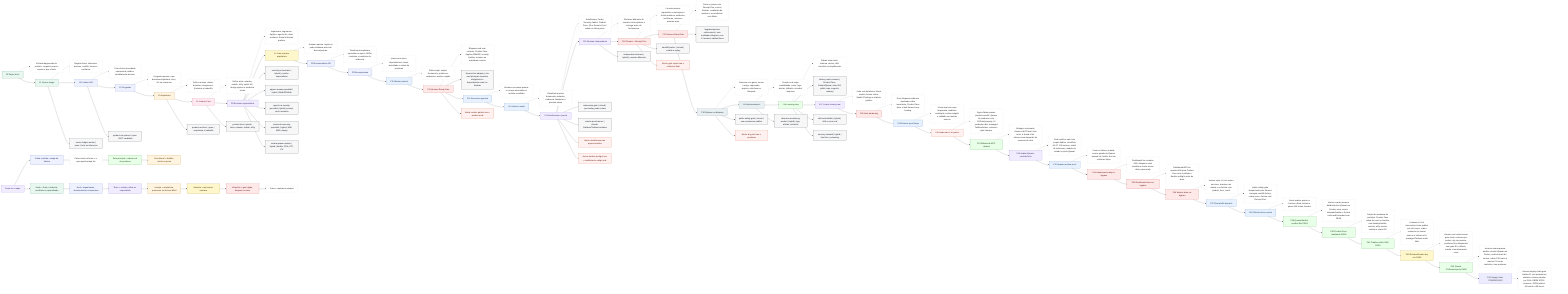
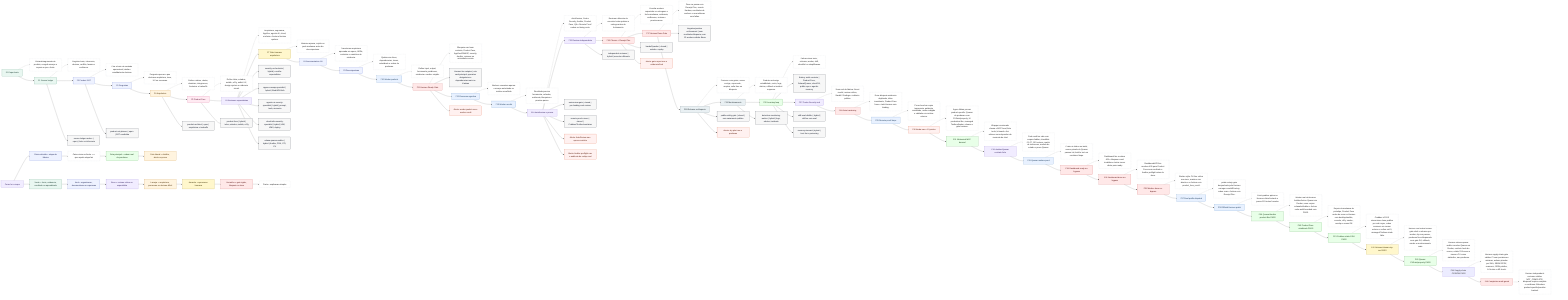
flowchart LR
  F0["F0 Paper bruto"]:::source
  F0D["Entrada baguncada do produto; congela escopo e separa o que e fonte."]:::desc
  F0 -.-> F0D
  F0 --> F1

  F1["F1 Source ledger"]:::source
  F1D["Registra fonte, inferencia, decisao, conflito, lacuna e confianca."]:::desc
  F1 -.-> F1D
  F1 --> F2

  F2["F2 Product SOT"]:::planning
  F2D["Cria a fonte da verdade operacional; ainda e candidata ate decisao."]:::desc
  F2 -.-> F2D
  F2 --> F3

  F3["F3 Perguntas"]:::planning
  F3D["Pergunta apenas o que destrava arquitetura, risco, UX ou execucao."]:::desc
  F3 -.-> F3D
  F3 --> F4

  F4["F4 Arquitetura"]:::architecture
  F4D["Define runtime, dados, dominios, integracoes, fronteiras e tradeoffs."]:::desc
  F4 -.-> F4D
  F4 --> F5

  F5["F5 Product Face"]:::face
  F5D["Define telas, estados, mobile, a11y, wallet UX, design system e evidencia visual."]:::desc
  F5 -.-> F5D
  F5 --> F6

  F6["F6 Revisoes especialistas"]:::review
  F6D["Arquitetura, seguranca, AppSec, agentic AI, cloud, onchain e frontend tentam quebrar."]:::desc
  F6 -.-> F6D
  F6 --> F7

  F7["F7 Gate humano arquitetura"]:::human
  F7D["Humano aprova, rejeita ou pede mudanca antes da decomposicao."]:::desc
  F7 -.-> F7D
  F7 --> F8

  F8["F8 Documentation OS"]:::planning
  F8D["Transforma arquitetura aprovada em specs, ADRs, contratos e caminhos de evidencia."]:::desc
  F8 -.-> F8D
  F8 --> F9

  F9["F9 Decomposicao"]:::planning
  F9D["Quebra em slices, dependencias, riscos, autoridade e ordem de producao."]:::desc
  F9 -.-> F9D
  F9 --> F10

  F10["F10 Worker packets"]:::execution
  F10D["Define input, output, ferramenta, proibicoes, evidencia e worker exigido."]:::desc
  F10 -.-> F10D
  F10 --> F11

  F11["F11 Hermes Ready Gate"]:::gate
  F11D["Bloqueia card sem contrato, Product Face, AppSec/OWASP, security, Auditor, reviewer ou autoridade correta."]:::desc
  F11 -.-> F11D
  F11 --> H1["Hermes live adapter | cria card principal, operarios obrigatorios e dependencias reais no Kanban"]:::worker
  F11 --> F12

  F12["F12 Execucao agentica"]:::execution
  F12D["Workers executam apenas o escopo autorizado no runtime escolhido."]:::desc
  F12 -.-> F12D
  F12 --> F13

  F13["F13 Worker results"]:::execution
  F13D["Resultado precisa ferramenta, achados, evidencia, bloqueios e proximo passo."]:::desc
  F13 -.-> F13D
  F13 --> F14

  F14["F14 AutoReview e provas"]:::review
  F14D["AutoReview, Codex Security, Auditor, Product Face, QA e Remote Proof rodam no timing certo."]:::desc
  F14 -.-> F14D
  F14 --> F15

  F15["F15 Revisao independente"]:::review
  F15D["Reviewer diferente do executor tenta quebrar a entrega antes do fechamento."]:::desc
  F15 -.-> F15D
  F15 --> F16

  F16["F16 Closure + Receipt Five"]:::gate
  F16D["Concilia workers requeridos vs entregues e fecha mudanca, evidencia, verificacao, revisao e proxima acao."]:::desc
  F16 -.-> F16D
  F16 --> F17

  F17["F17 Hermes Done Gate"]:::gate
  F17D["Done so passa com Receipt Five, evento Kanban, resultados de workers e reconciliacao sem faltas."]:::desc
  F17 -.-> F17D
  F17 --> H2["Negative/positive enforcement | sem resultados bloqueia; com 12 workers validos libera"]:::worker
  F17 --> F18

  F18["F18 Release ou bloqueio"]:::release
  F18D["Promove com gates; senao corrige, supersede, arquiva, volta fase ou bloqueia."]:::desc
  F18 -.-> F18D
  F18 --> F19

  F19["F19 Monitoramento"]:::release
  F19D["Produto real exige estabilidade, custo, logs, alertas, rollback e incident response."]:::desc
  F19 -.-> F19D
  F19 --> F20

  F20["F20 Learning loop"]:::learning
  F20D["Falhas viram teste, schema, worker, skill, checklist ou simplificacao."]:::desc
  F20 -.-> F20D
  F20 --> H3["Battery multi-contexto | Product Face, Solana/Quasar, cloud R4, public repo e agentic memory"]:::worker
  F20 --> F27

  F27["F27 Codex Security real"]:::review
  F27D["Scan real da fabrica: threat model, revisao critica, Bandit 0 findings e relatorio publico."]:::desc
  F27 -.-> F27D
  F27 --> F28

  F28["F28 Gate hardening"]:::gate
  F28D["Done bloqueia evidencia duplicada, inline inexistente, Product Face fraco e task Hermes sem binding."]:::desc
  F28 -.-> F28D
  F28 --> F29

  F29["F29 Remote proof limpo"]:::execution
  F29D["Prova local em copia temporaria, ambiente sanitizado, recibo redigido e validado em runtime externo."]:::desc
  F29 -.-> F29D
  F29 --> F30

  F30["F30 Ainda nao e 10 pratico"]:::alert
  F30D["Agora faltam provas product-specific: Quasar de producao com CU/fuzz/property, UI production-like, managed Testbox/broker, release e gate humano."]:::desc
  F30 -.-> F30D
  F30 --> F31

  F31["F31 Whimsical MCP duravel"]:::learning
  F31D["Wrapper versionado chama o MCP local, lista tools, le board e faz edicoes sem depender da memoria do chat."]:::desc
  F31 -.-> F31D
  F31 --> F32

  F32["F32 Auditor/Quasar contrato forte"]:::review
  F32D["Code audit so vale com corpus Auditor, checklists 01-07, 100 vetores, matriz de instrucoes, modelo de estado e prova Quasar."]:::desc
  F32 -.-> F32D
  F32 --> F33

  F33["F33 Quasar runtime proof"]:::execution
  F33D["Crates.io falhou no build; source pinado do Quasar passou init, build e test em container limpo."]:::desc
  F33 -.-> F33D
  F33 --> F34

  F34["F34 Dashboard ready no-bypass"]:::gate
  F34D["Dashboard live recebeu 409 e bloqueou card invalida ao tentar mover direto para ready."]:::desc
  F34 -.-> F34D
  F34 --> F35

  F35["F35 Dashboard done no-bypass"]:::gate
  F35D["Dashboard/API live recebeu 409 para Product Face sem resultado e Auditor preflight antes de done."]:::desc
  F35 -.-> F35D
  F35 --> F36

  F36["F36 Worker done no-bypass"]:::gate
  F36D["Worker-style CLI live voltou nao-zero, manteve run aberta e so fechou com product_face_result."]:::desc
  F36 -.-> F36D
  F36 --> F37

  F37["F37 Real profile dispatch"]:::execution
  F37D["public-safety-gate despachado pelo Hermes carregou overkill-factory, rodou scan e fechou com Receipt Five."]:::desc
  F37 -.-> F37D
  F37 --> F38

  F38["F38 Official Hermes patch"]:::execution
  F38D["Patch publico aplica no Hermes oficial testado e passa 119 testes focados."]:::desc
  F38 -.-> F38D
  F38 --> F39

  F39["F39 Quasar/Auditor product-like PASS"]:::learning
  F39D["Worker real do Hermes buildou/testou Quasar em Docker, usou corpus solanabr/Auditor e fechou code-audit bounded com PASS."]:::desc
  F39 -.-> F39D
  F39 --> F40

  F40["F40 Product Face atualizado PASS"]:::learning
  F40D["Depois da mudanca do prototipo, Product Face rodou de novo no Hermes com desktop/mobile, console, a11y smoke, overlap e scans OK."]:::desc
  F40 -.-> F40D
  F40 --> F41

  F41["F41 Crabbox static-SSH PASS"]:::learning
  F41D["Crabbox v0.26.0 sincronizou clone publico por ssh+rsync, rodou scanners em runner externo e voltou exit 0; managed Testbox ainda falta."]:::desc
  F41 -.-> F41D
  F41 --> F42

  F42["F42 Release/Human dry-run PASS"]:::human
  F42D["Hermes real rodou human-gate-clerk e release-ops-worker; dry-run passou, producao ficou bloqueada sem gate R4, rollback, smoke e monitoramento reais."]:::desc
  F42 -.-> F42D
  F42 --> F43

  F43["F43 Quasar CU/fuzz/property PASS"]:::learning
  F43D["Hermes solana-quasar-auditor rerodou Quasar em Docker, conferiu hash do source, cobriu 513 casos e marcou CU como simbolico, nao producao."]:::desc
  F43 -.-> F43D
  F43 --> F44

  F44["F44 Supply-chain CI/SBOM PASS"]:::security
  F44D["Hermes supply-chain-gate validou CI com permissoes minimas, actions pinadas por SHA, SBOM SPDX, scanners, JSON publico, 64 testes e diff check."]:::desc
  F44 -.-> F44D
+   F44 --> F45
+ 
+   F45["F45 Completion audit guard"]:::gate
+   F45D["Hermes independent-reviewer validou NOT_COMPLETE, bloqueou require-complete e confirmou 6 blockers product-specific/provider-backed."]:::desc
+   F45 -.-> F45D

  F1 --> W1["source-ledger-worker | open | fonte vs inferencia"]:::worker
  F2 --> W2["product-sot-planner | open | SOT candidata"]:::worker
  F4 --> W3["product-architect | open | arquitetura e tradeoffs"]:::worker
  F5 --> W4["product-face | hybrid | telas, estados, mobile, a11y"]:::worker
  F6 --> W5["security-orchestrator | hybrid | escolhe especialistas"]:::worker
  F6 --> W6["appsec-owasp-specialist | hybrid | Web/API/Auth"]:::worker
  F6 --> W7["agentic-ai-security-specialist | hybrid | prompt, tools, memoria"]:::worker
  F6 --> W8["cloud-infra-security-specialist | hybrid | IAM, KMS, deploy"]:::worker
  F6 --> W9["solana-quasar-auditor | hybrid | Auditor, PDA, CPI, CU"]:::worker
  F14 --> W10["autoreview-gate | closed | pre-landing code review"]:::worker
  F14 --> W11["remote-proof-runner | closed | Crabbox/Testbox/container"]:::worker
  F15 --> W12["independent-reviewer | hybrid | executor diferente"]:::worker
  F16 --> W13["handoff-packer | closed | estado e replay"]:::worker
  F18 --> W14["public-safety-gate | closed | sem vazamento publico"]:::worker
  F19 --> W15["detection-monitoring-worker | hybrid | logs, alertas, incidente"]:::worker
  F20 --> W16["skill-eval-distiller | hybrid | skill so com eval"]:::worker
  F20 --> W17["memory-steward | hybrid | trust tier e poisoning"]:::worker

  F11 --> A1["Alerta: worker packet nao e worker result"]:::alert
  F16 --> A2["Alerta: gate report nao e evidencia final"]:::alert
  F14 --> A3["Alerta: AutoReview nao aprova sozinho"]:::alert
  F14 --> A4["Alerta: Auditor preflight nao e auditoria de codigo real"]:::alert
  F18 --> A5["Alerta: dry pilot nao e producao"]:::alert

  LEGEND0["Como ler o mapa"]:::review
  LEGEND1["Caixa colorida = etapa da fabrica"]:::planning
  LEGEND2["Caixa cinza na frente = o que aquela etapa faz"]:::desc
  LEGEND3["Seta principal = ordem real de producao"]:::learning
  LEGEND4["Seta lateral = detalhe, alerta ou prova"]:::architecture
  LEGEND5["Verde = fonte, evidencia, resultado ou aprendizado"]:::source
  LEGEND6["Azul = organizacao, documentacao ou operacao"]:::planning
  LEGEND7["Roxo = revisao critica ou especialista"]:::review
  LEGEND8["Laranja = arquitetura, promocao ou decisao dificil"]:::architecture
  LEGEND9["Amarelo = aprovacao humana"]:::human
  LEGEND10["Vermelho = gate rigido, bloqueio ou risco"]:::gate
  LEGEND11["Prata = explicacao simples"]:::desc

  LEGEND0 --> LEGEND1 --> LEGEND2 --> LEGEND3 --> LEGEND4
  LEGEND0 --> LEGEND5 --> LEGEND6 --> LEGEND7 --> LEGEND8 --> LEGEND9 --> LEGEND10 --> LEGEND11

  classDef source fill:#e9f7f1,stroke:#217a54,color:#12372a;
  classDef planning fill:#eef2ff,stroke:#4f63c6,color:#1c2455;
  classDef architecture fill:#fff4df,stroke:#b36b00,color:#4a2d00;
  classDef face fill:#ffeaf2,stroke:#c23b72,color:#5f1735;
  classDef review fill:#f1ecff,stroke:#7656c9,color:#33215f;
  classDef human fill:#fff7cc,stroke:#9b7a00,color:#3d3000;
  classDef execution fill:#e8f1ff,stroke:#2e6db5,color:#173858;
  classDef gate fill:#ffe8e8,stroke:#bf3434,color:#5a1111;
  classDef release fill:#e9f0f3,stroke:#51626b,color:#202b30;
  classDef learning fill:#e8ffe8,stroke:#3b8b3b,color:#173d17;
  classDef desc fill:#ffffff,stroke:#aab3bd,color:#222222,stroke-dasharray: 3 3;
  classDef worker fill:#f7f7f7,stroke:#111827,color:#111827;
  classDef alert fill:#fff1f0,stroke:#d4380d,color:#5c1a08;
